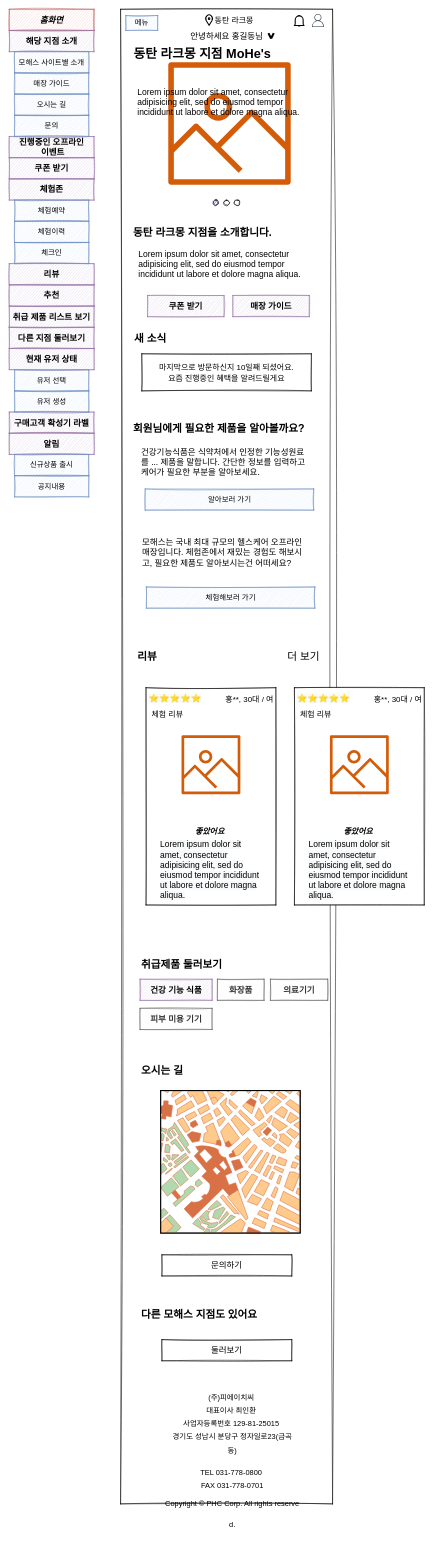
Above: page "VB1 와이어프레임" (6 of 10) of 제목 없는 다이어그램.drawio in wonju5332/TIL (draw.io), before the change. Source tidied: cells renumbered, new cells numbered last; positions are measured from the earlier drawing's top-left corner, leaving out a move shared by most shapes. Both pictures are drawn from the tidied source at 53%, with x=0, y=0 at pixel (9, 9).
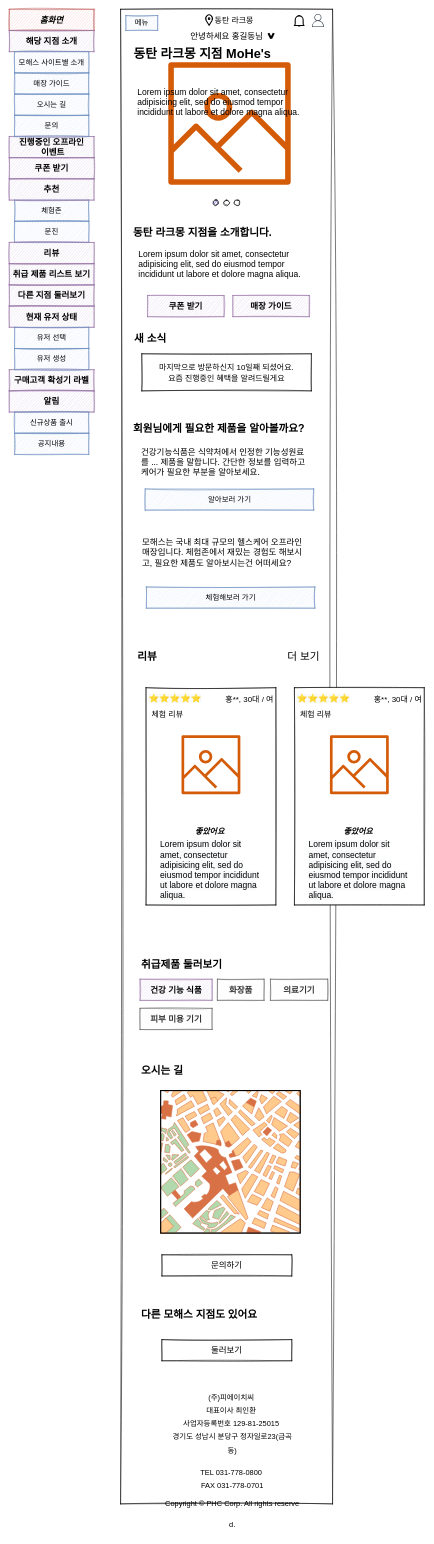
The same diagram, later.

The edit, as a diff of the source:
```diff
@@
-    <mxCell id="5" value="체험존" style="whiteSpace=wrap;html=1;rounded=0;sketch=1;glass=0;fillColor=#e1d5e7;strokeColor=#9673a6;fontSize=16;fontStyle=1;" parent="1" vertex="1">
-      <mxGeometry y="320" width="160" height="40" as="geometry" />
-    </mxCell>
-    <mxCell id="6" value="체험예약" style="whiteSpace=wrap;html=1;rounded=0;sketch=1;glass=0;fillColor=#dae8fc;strokeColor=#6c8ebf;fontSize=14;fontStyle=0;" parent="1" vertex="1">
+    <mxCell id="6" value="체험존" style="whiteSpace=wrap;html=1;rounded=0;sketch=1;glass=0;fillColor=#dae8fc;strokeColor=#6c8ebf;fontSize=14;fontStyle=0;" parent="1" vertex="1">
       <mxGeometry x="10" y="360" width="140" height="40" as="geometry" />
     </mxCell>
-    <mxCell id="7" value="체험이력" style="whiteSpace=wrap;html=1;rounded=0;sketch=1;glass=0;fillColor=#dae8fc;strokeColor=#6c8ebf;fontSize=14;fontStyle=0;" parent="1" vertex="1">
+    <mxCell id="7" value="문진" style="whiteSpace=wrap;html=1;rounded=0;sketch=1;glass=0;fillColor=#dae8fc;strokeColor=#6c8ebf;fontSize=14;fontStyle=0;" parent="1" vertex="1">
       <mxGeometry x="10" y="400" width="140" height="40" as="geometry" />
     </mxCell>
     <mxCell id="8" value="다른 지점 둘러보기" style="whiteSpace=wrap;html=1;rounded=0;sketch=1;glass=0;fillColor=#e1d5e7;strokeColor=#9673a6;fontSize=16;fontStyle=1;" parent="1" vertex="1">
-      <mxGeometry y="600" width="160" height="40" as="geometry" />
+      <mxGeometry y="520" width="160" height="40" as="geometry" />
     </mxCell>
@@
     <mxCell id="13" value="구매고객 확성기 라벨" style="whiteSpace=wrap;html=1;rounded=0;sketch=1;glass=0;fillColor=#e1d5e7;strokeColor=#9673a6;fontSize=16;fontStyle=1;" parent="1" vertex="1">
-      <mxGeometry y="760" width="160" height="40" as="geometry" />
+      <mxGeometry y="680" width="160" height="40" as="geometry" />
     </mxCell>
     <mxCell id="14" value="알림" style="whiteSpace=wrap;html=1;rounded=0;sketch=1;glass=0;fillColor=#e1d5e7;strokeColor=#9673a6;fontSize=16;fontStyle=1;" parent="1" vertex="1">
-      <mxGeometry y="800" width="160" height="40" as="geometry" />
+      <mxGeometry y="720" width="160" height="40" as="geometry" />
     </mxCell>
     <mxCell id="15" value="신규상품 출시" style="whiteSpace=wrap;html=1;rounded=0;sketch=1;glass=0;fillColor=#dae8fc;strokeColor=#6c8ebf;fontSize=14;fontStyle=0;" parent="1" vertex="1">
-      <mxGeometry x="10" y="840" width="140" height="40" as="geometry" />
+      <mxGeometry x="10" y="760" width="140" height="40" as="geometry" />
     </mxCell>
     <mxCell id="16" value="공지내용" style="whiteSpace=wrap;html=1;rounded=0;sketch=1;glass=0;fillColor=#dae8fc;strokeColor=#6c8ebf;fontSize=14;fontStyle=0;" parent="1" vertex="1">
-      <mxGeometry x="10" y="880" width="140" height="40" as="geometry" />
+      <mxGeometry x="10" y="800" width="140" height="40" as="geometry" />
     </mxCell>
@@
     <mxCell id="18" value="리뷰" style="whiteSpace=wrap;html=1;rounded=0;sketch=1;glass=0;fillColor=#e1d5e7;strokeColor=#9673a6;fontSize=16;fontStyle=1;" parent="1" vertex="1">
-      <mxGeometry y="480" width="160" height="40" as="geometry" />
+      <mxGeometry y="440" width="160" height="40" as="geometry" />
     </mxCell>
     <mxCell id="19" value="취급 제품 리스트 보기" style="whiteSpace=wrap;html=1;rounded=0;sketch=1;glass=0;fillColor=#e1d5e7;strokeColor=#9673a6;fontSize=16;fontStyle=1;" parent="1" vertex="1">
-      <mxGeometry y="560" width="160" height="40" as="geometry" />
+      <mxGeometry y="480" width="160" height="40" as="geometry" />
     </mxCell>
     <mxCell id="20" value="현재 유저 상태" style="whiteSpace=wrap;html=1;rounded=0;sketch=1;glass=0;fillColor=#e1d5e7;strokeColor=#9673a6;fontSize=16;fontStyle=1;" parent="1" vertex="1">
-      <mxGeometry y="640" width="160" height="40" as="geometry" />
+      <mxGeometry y="560" width="160" height="40" as="geometry" />
     </mxCell>
     <mxCell id="21" value="유저 선택" style="whiteSpace=wrap;html=1;rounded=0;sketch=1;glass=0;fillColor=#dae8fc;strokeColor=#6c8ebf;fontSize=14;fontStyle=0;" parent="1" vertex="1">
-      <mxGeometry x="10" y="680" width="140" height="40" as="geometry" />
+      <mxGeometry x="10" y="600" width="140" height="40" as="geometry" />
     </mxCell>
     <mxCell id="22" value="유저 생성" style="whiteSpace=wrap;html=1;rounded=0;sketch=1;glass=0;fillColor=#dae8fc;strokeColor=#6c8ebf;fontSize=14;fontStyle=0;" parent="1" vertex="1">
-      <mxGeometry x="10" y="720" width="140" height="40" as="geometry" />
+      <mxGeometry x="10" y="640" width="140" height="40" as="geometry" />
     </mxCell>
@@
-    <mxCell id="42" value="체크인" style="whiteSpace=wrap;html=1;rounded=0;sketch=1;glass=0;fillColor=#dae8fc;strokeColor=#6c8ebf;fontSize=14;fontStyle=0;" parent="1" vertex="1">
-      <mxGeometry x="10" y="440" width="140" height="40" as="geometry" />
-    </mxCell>
@@
     <mxCell id="67" value="추천" style="whiteSpace=wrap;html=1;rounded=0;sketch=1;glass=0;fillColor=#e1d5e7;strokeColor=#9673a6;fontSize=16;fontStyle=1;" parent="1" vertex="1">
-      <mxGeometry y="520" width="160" height="40" as="geometry" />
+      <mxGeometry y="320" width="160" height="40" as="geometry" />
     </mxCell>
```
